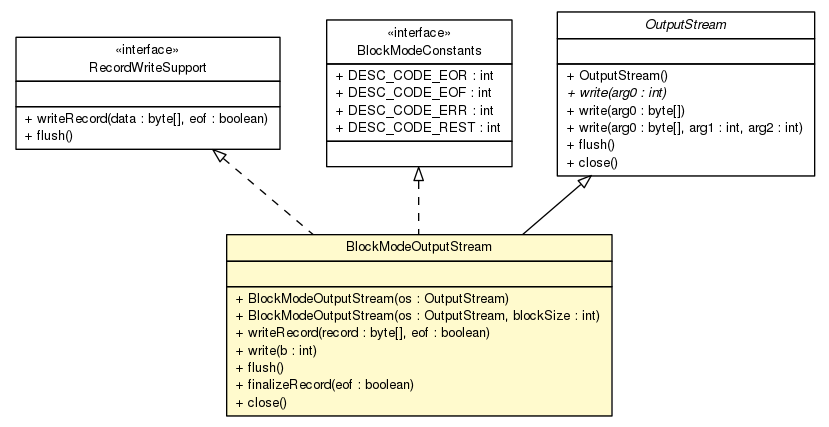
Earlier version of the Graphviz export apidocs/com/apporiented/hermesftp/streams/BlockModeOutputStream.png (lbehnke/hermesftp). Its source is kept beside it as apidocs/com/apporiented/hermesftp/streams/BlockModeOutputStream.dot.
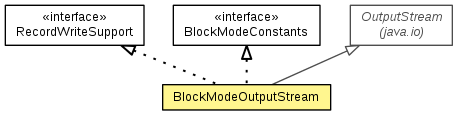
Later version of the same file.

What changed in the source:
```diff
@@ -4,7 +4,7 @@
 	node [fontname="Helvetica",fontsize=10,shape=plaintext];
 	nodesep=0.25;
 	ranksep=0.5;
-	c5876 [label=<<table title="com.apporiented.hermesftp.streams.BlockModeOutputStream" border="0" cellborder="1" cellspacing="0" cellpadding="2" port="p" bgcolor="lemonChiffon" href="./BlockModeOutputStream.html">
+	c5874 [label=<<table title="com.apporiented.hermesftp.streams.BlockModeOutputStream" border="0" cellborder="1" cellspacing="0" cellpadding="2" port="p" bgcolor="lemonChiffon" href="./BlockModeOutputStream.html">
 		<tr><td><table border="0" cellspacing="0" cellpadding="1">
 <tr><td align="center" balign="center"> BlockModeOutputStream </td></tr>
 		</table></td></tr>
@@ -21,7 +21,7 @@
 <tr><td align="left" balign="left"> + close() </td></tr>
 		</table></td></tr>
 		</table>>, fontname="Helvetica", fontcolor="black", fontsize=10.0];
-	c5877 [label=<<table title="com.apporiented.hermesftp.streams.RecordWriteSupport" border="0" cellborder="1" cellspacing="0" cellpadding="2" port="p" href="./RecordWriteSupport.html">
+	c5875 [label=<<table title="com.apporiented.hermesftp.streams.RecordWriteSupport" border="0" cellborder="1" cellspacing="0" cellpadding="2" port="p" href="./RecordWriteSupport.html">
 		<tr><td><table border="0" cellspacing="0" cellpadding="1">
 <tr><td align="center" balign="center"> &#171;interface&#187; </td></tr>
 <tr><td align="center" balign="center"> RecordWriteSupport </td></tr>
@@ -34,7 +34,7 @@
 <tr><td align="left" balign="left"> + flush() </td></tr>
 		</table></td></tr>
 		</table>>, fontname="Helvetica", fontcolor="black", fontsize=10.0];
-	c5882 [label=<<table title="com.apporiented.hermesftp.streams.BlockModeConstants" border="0" cellborder="1" cellspacing="0" cellpadding="2" port="p" href="./BlockModeConstants.html">
+	c5880 [label=<<table title="com.apporiented.hermesftp.streams.BlockModeConstants" border="0" cellborder="1" cellspacing="0" cellpadding="2" port="p" href="./BlockModeConstants.html">
 		<tr><td><table border="0" cellspacing="0" cellpadding="1">
 <tr><td align="center" balign="center"> &#171;interface&#187; </td></tr>
 <tr><td align="center" balign="center"> BlockModeConstants </td></tr>
@@ -49,10 +49,10 @@
 <tr><td align="left" balign="left">  </td></tr>
 		</table></td></tr>
 		</table>>, fontname="Helvetica", fontcolor="black", fontsize=10.0];
-	c5973:p -> c5876:p [dir=back,arrowtail=empty];
-	c5882:p -> c5876:p [dir=back,arrowtail=empty,style=dashed];
-	c5877:p -> c5876:p [dir=back,arrowtail=empty,style=dashed];
-	c5973 [label=<<table title="java.io.OutputStream" border="0" cellborder="1" cellspacing="0" cellpadding="2" port="p" href="http://java.sun.com/j2se/1.4.2/docs/api/java/io/OutputStream.html">
+	c5971:p -> c5874:p [dir=back,arrowtail=empty];
+	c5880:p -> c5874:p [dir=back,arrowtail=empty,style=dashed];
+	c5875:p -> c5874:p [dir=back,arrowtail=empty,style=dashed];
+	c5971 [label=<<table title="java.io.OutputStream" border="0" cellborder="1" cellspacing="0" cellpadding="2" port="p" href="http://java.sun.com/j2se/1.4.2/docs/api/java/io/OutputStream.html">
 		<tr><td><table border="0" cellspacing="0" cellpadding="1">
 <tr><td align="center" balign="center"><font face="Helvetica-Oblique"> OutputStream </font></td></tr>
 		</table></td></tr>
```
